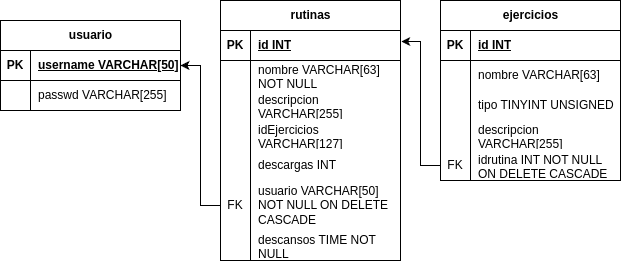
The draw.io diagram doc/fotos/BD be iteracion 3.png in paccco/TFG, before a commit. Source tidied: cells renumbered, new cells last; positions are measured from the earlier drawing's top-left corner, leaving out a move shared by most shapes.
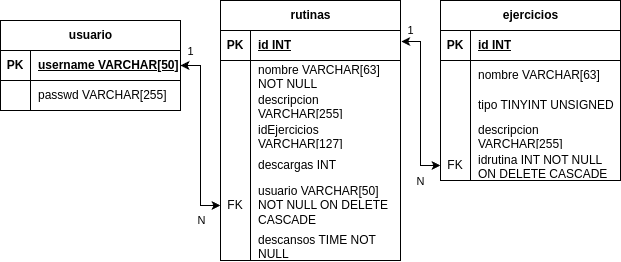
The same file after the commit.

Change to the diagram source:
```diff
@@ -89,7 +89,7 @@
     <mxCell id="30" value="descansos TIME NOT NULL" style="shape=partialRectangle;fillColor=none;top=0;left=0;bottom=0;right=0;align=left;spacingLeft=6;overflow=hidden;whiteSpace=wrap;html=1;" parent="28" vertex="1">
       <mxGeometry x="30" width="150" height="30" as="geometry" />
     </mxCell>
-    <mxCell id="31" style="endArrow=classic;html=1;rounded=0;exitX=0;exitY=0.5;exitDx=0;exitDy=0;entryX=1;entryY=0.5;entryDx=0;entryDy=0;" parent="1" edge="1" source="25" target="3">
+    <mxCell id="31" style="endArrow=classic;html=1;rounded=0;exitX=0;exitY=0.5;exitDx=0;exitDy=0;entryX=1;entryY=0.5;entryDx=0;entryDy=0;startArrow=classic;startFill=1;" parent="1" edge="1" source="25" target="3">
       <mxGeometry relative="1" as="geometry">
         <Array as="points">
           <mxPoint x="200" y="205" />
@@ -97,6 +97,16 @@
         </Array>
       </mxGeometry>
     </mxCell>
+    <mxCell id="49" value="1" style="edgeLabel;html=1;align=center;verticalAlign=middle;" parent="31" vertex="1">
+      <mxGeometry x="0.02" y="-1" relative="1" as="geometry">
+        <mxPoint x="-11" y="-83" as="offset" />
+      </mxGeometry>
+    </mxCell>
+    <mxCell id="50" value="N" style="edgeLabel;html=1;align=center;verticalAlign=middle;" parent="31" vertex="1">
+      <mxGeometry x="-0.44" y="-1" relative="1" as="geometry">
+        <mxPoint y="46" as="offset" />
+      </mxGeometry>
+    </mxCell>
     <mxCell id="32" value="ejercicios" style="shape=table;startSize=30;rowLines=0;fontStyle=1;align=center;html=1;" parent="1" vertex="1">
       <mxGeometry x="440" width="180" height="180" as="geometry" />
     </mxCell>
@@ -145,7 +155,7 @@
     <mxCell id="47" value="idrutina INT NOT NULL ON DELETE CASCADE" style="shape=partialRectangle;fillColor=none;top=0;left=0;bottom=0;right=0;align=left;spacingLeft=6;overflow=hidden;whiteSpace=wrap;html=1;" parent="45" vertex="1">
       <mxGeometry x="30" width="150" height="30" as="geometry" />
     </mxCell>
-    <mxCell id="48" style="endArrow=classic;html=1;rounded=0;exitX=0;exitY=0.5;exitDx=0;exitDy=0;entryX=1.004;entryY=0.369;entryDx=0;entryDy=0;entryPerimeter=0;" parent="1" edge="1" source="45" target="10">
+    <mxCell id="48" style="endArrow=classic;html=1;rounded=0;exitX=0;exitY=0.5;exitDx=0;exitDy=0;entryX=1.004;entryY=0.369;entryDx=0;entryDy=0;entryPerimeter=0;startArrow=classic;startFill=1;" parent="1" edge="1" source="45" target="10">
       <mxGeometry relative="1" as="geometry">
         <Array as="points">
           <mxPoint x="420" y="165" />
@@ -153,5 +163,15 @@
         </Array>
       </mxGeometry>
     </mxCell>
+    <mxCell id="51" value="1" style="edgeLabel;html=1;align=center;verticalAlign=middle;" parent="48" vertex="1">
+      <mxGeometry x="0.43" y="-2" relative="1" as="geometry">
+        <mxPoint x="-12" y="-38" as="offset" />
+      </mxGeometry>
+    </mxCell>
+    <mxCell id="52" value="N" style="edgeLabel;html=1;align=center;verticalAlign=middle;" parent="48" vertex="1">
+      <mxGeometry x="0.04" y="2" relative="1" as="geometry">
+        <mxPoint x="2" y="81" as="offset" />
+      </mxGeometry>
+    </mxCell>
   </root>
 </mxGraphModel>
```
